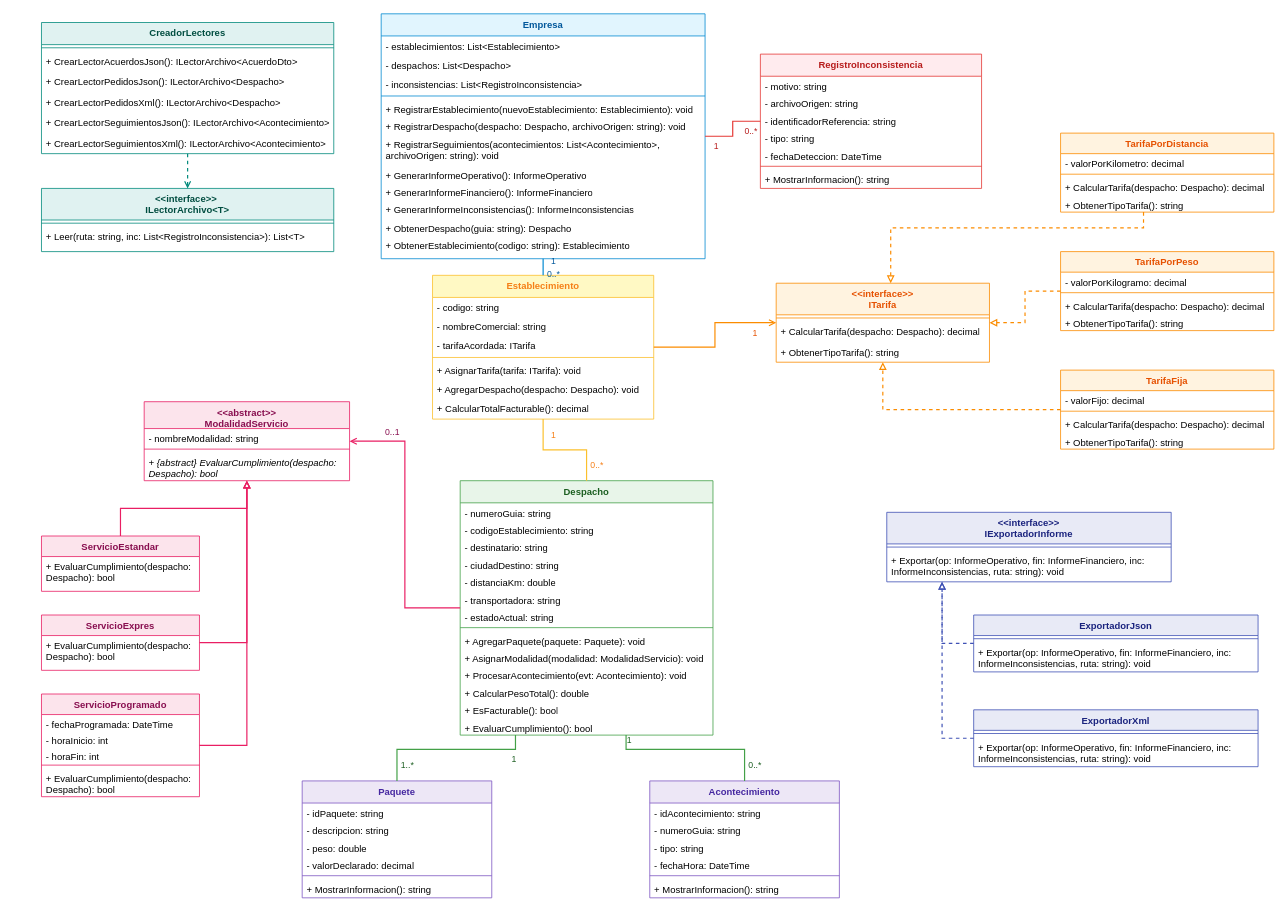
The draw.io diagram 04_Proyecto_Final/Diagrama_UML_NexoLog.drawio in Manu0908/POO-3C, before the edit. Source tidied: cells renumbered, new cells numbered last; positions are measured from the earlier drawing's top-left corner, leaving out a move shared by most shapes. Both pictures are drawn from the tidied source at 79%, with x=0, y=0 at pixel (41, 13).
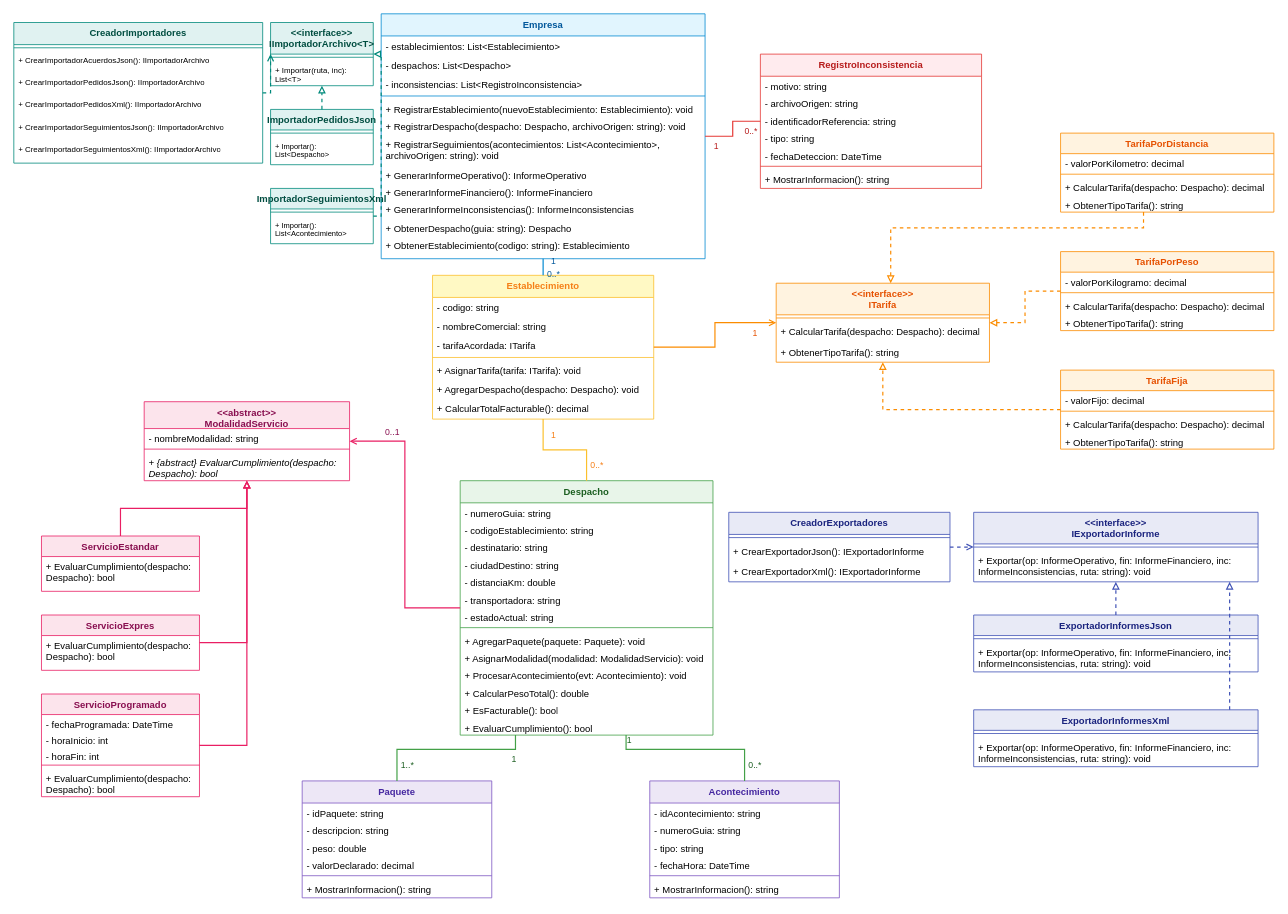
The same page after the edit.

Change to the diagram source:
```diff
@@
-    <mxCell id="118" value="CreadorLectores" style="swimlane;fontStyle=1;align=center;verticalAlign=top;horizontal=1;startSize=28;whiteSpace=wrap;html=1;fillColor=#E0F2F1;strokeColor=#00897B;fontColor=#004D40;rounded=0;" parent="1" vertex="1">
-      <mxGeometry y="11" width="370" height="166" as="geometry" />
-    </mxCell>
-    <mxCell id="119" style="line;strokeWidth=1;fillColor=none;align=left;verticalAlign=middle;spacingTop=-1;spacingLeft=3;spacingRight=3;strokeColor=#00897B;rounded=0;" parent="118" vertex="1">
-      <mxGeometry y="28" width="370" height="8" as="geometry" />
-    </mxCell>
-    <mxCell id="120" value="+ CrearLectorAcuerdosJson(): ILectorArchivo&amp;lt;AcuerdoDto&amp;gt;" style="text;strokeColor=none;fillColor=none;align=left;verticalAlign=top;spacingLeft=4;spacingRight=4;overflow=hidden;whiteSpace=wrap;html=1;rounded=0;" parent="118" vertex="1">
-      <mxGeometry y="36" width="370" height="26" as="geometry" />
-    </mxCell>
-    <mxCell id="121" value="+ CrearLectorPedidosJson(): ILectorArchivo&amp;lt;Despacho&amp;gt;" style="text;strokeColor=none;fillColor=none;align=left;verticalAlign=top;spacingLeft=4;spacingRight=4;overflow=hidden;whiteSpace=wrap;html=1;rounded=0;" parent="118" vertex="1">
-      <mxGeometry y="62" width="370" height="26" as="geometry" />
-    </mxCell>
-    <mxCell id="122" value="+ CrearLectorPedidosXml(): ILectorArchivo&amp;lt;Despacho&amp;gt;" style="text;strokeColor=none;fillColor=none;align=left;verticalAlign=top;spacingLeft=4;spacingRight=4;overflow=hidden;whiteSpace=wrap;html=1;rounded=0;" parent="118" vertex="1">
-      <mxGeometry y="88" width="370" height="26" as="geometry" />
-    </mxCell>
-    <mxCell id="123" value="+ CrearLectorSeguimientosJson(): ILectorArchivo&amp;lt;Acontecimiento&amp;gt;" style="text;strokeColor=none;fillColor=none;align=left;verticalAlign=top;spacingLeft=4;spacingRight=4;overflow=hidden;whiteSpace=wrap;html=1;rounded=0;" parent="118" vertex="1">
-      <mxGeometry y="114" width="370" height="26" as="geometry" />
-    </mxCell>
-    <mxCell id="124" value="+ CrearLectorSeguimientosXml(): ILectorArchivo&amp;lt;Acontecimiento&amp;gt;" style="text;strokeColor=none;fillColor=none;align=left;verticalAlign=top;spacingLeft=4;spacingRight=4;overflow=hidden;whiteSpace=wrap;html=1;rounded=0;" parent="118" vertex="1">
-      <mxGeometry y="140" width="370" height="26" as="geometry" />
-    </mxCell>
-    <mxCell id="125" value="&amp;lt;&amp;lt;interface&amp;gt;&amp;gt;&amp;nbsp;&lt;div&gt;ILectorArchivo&amp;lt;T&amp;gt;&lt;/div&gt;" style="swimlane;fontStyle=1;align=center;verticalAlign=top;horizontal=1;startSize=40;whiteSpace=wrap;html=1;fillColor=#E0F2F1;strokeColor=#00897B;fontColor=#004D40;rounded=0;" parent="1" vertex="1">
-      <mxGeometry y="221" width="370" height="80" as="geometry" />
-    </mxCell>
-    <mxCell id="126" style="line;strokeWidth=1;fillColor=none;align=left;verticalAlign=middle;spacingTop=-1;spacingLeft=3;spacingRight=3;strokeColor=#00897B;rounded=0;" parent="125" vertex="1">
-      <mxGeometry y="40" width="370" height="8" as="geometry" />
-    </mxCell>
-    <mxCell id="127" value="+ Leer(ruta: string, inc: List&amp;lt;RegistroInconsistencia&amp;gt;): List&amp;lt;T&amp;gt;" style="text;strokeColor=none;fillColor=none;align=left;verticalAlign=top;spacingLeft=4;spacingRight=4;overflow=hidden;whiteSpace=wrap;html=1;rounded=0;" parent="125" vertex="1">
-      <mxGeometry y="48" width="370" height="32" as="geometry" />
-    </mxCell>
-    <mxCell id="128" style="edgeStyle=orthogonalEdgeStyle;rounded=0;html=1;dashed=1;endArrow=open;endFill=0;strokeColor=#00897B;strokeWidth=1.5;" parent="1" edge="1" source="118" target="125">
-      <mxGeometry relative="1" as="geometry" />
-    </mxCell>
+    <mxCell id="140" value="CreadorImportadores" style="swimlane;fontStyle=1;align=center;verticalAlign=top;horizontal=1;startSize=28;whiteSpace=wrap;html=1;fillColor=#E0F2F1;strokeColor=#00897B;fontColor=#004D40;rounded=0;" parent="1" vertex="1">
+      <mxGeometry x="-35" y="11" width="315" height="178" as="geometry" />
+    </mxCell>
+    <mxCell id="141" style="line;strokeWidth=1;fillColor=none;align=left;verticalAlign=middle;spacingTop=-1;spacingLeft=3;spacingRight=3;strokeColor=#00897B;rounded=0;" parent="140" vertex="1">
+      <mxGeometry y="28" width="315" height="8" as="geometry" />
+    </mxCell>
+    <mxCell id="142" value="+ CrearImportadorAcuerdosJson(): IImportadorArchivo" style="text;strokeColor=none;fillColor=none;align=left;verticalAlign=top;spacingLeft=4;spacingRight=4;overflow=hidden;whiteSpace=wrap;html=1;fontSize=10;rounded=0;" parent="140" vertex="1">
+      <mxGeometry y="36" width="315" height="28" as="geometry" />
+    </mxCell>
+    <mxCell id="143" value="+ CrearImportadorPedidosJson(): IImportadorArchivo" style="text;strokeColor=none;fillColor=none;align=left;verticalAlign=top;spacingLeft=4;spacingRight=4;overflow=hidden;whiteSpace=wrap;html=1;fontSize=10;rounded=0;" parent="140" vertex="1">
+      <mxGeometry y="64" width="315" height="28" as="geometry" />
+    </mxCell>
+    <mxCell id="144" value="+ CrearImportadorPedidosXml(): IImportadorArchivo" style="text;strokeColor=none;fillColor=none;align=left;verticalAlign=top;spacingLeft=4;spacingRight=4;overflow=hidden;whiteSpace=wrap;html=1;fontSize=10;rounded=0;" parent="140" vertex="1">
+      <mxGeometry y="92" width="315" height="28" as="geometry" />
+    </mxCell>
+    <mxCell id="145" value="+ CrearImportadorSeguimientosJson(): IImportadorArchivo" style="text;strokeColor=none;fillColor=none;align=left;verticalAlign=top;spacingLeft=4;spacingRight=4;overflow=hidden;whiteSpace=wrap;html=1;fontSize=10;rounded=0;" parent="140" vertex="1">
+      <mxGeometry y="120" width="315" height="28" as="geometry" />
+    </mxCell>
+    <mxCell id="146" value="+ CrearImportadorSeguimientosXml(): IImportadorArchivo" style="text;strokeColor=none;fillColor=none;align=left;verticalAlign=top;spacingLeft=4;spacingRight=4;overflow=hidden;whiteSpace=wrap;html=1;fontSize=10;rounded=0;" parent="140" vertex="1">
+      <mxGeometry y="148" width="315" height="28" as="geometry" />
+    </mxCell>
+    <mxCell id="147" value="&amp;lt;&amp;lt;interface&amp;gt;&amp;gt;&lt;div&gt;IImportadorArchivo&amp;lt;T&amp;gt;&lt;/div&gt;" style="swimlane;fontStyle=1;align=center;verticalAlign=top;horizontal=1;startSize=40;whiteSpace=wrap;html=1;fillColor=#E0F2F1;strokeColor=#00897B;fontColor=#004D40;rounded=0;" parent="1" vertex="1">
+      <mxGeometry x="290" y="11" width="130" height="80" as="geometry" />
+    </mxCell>
+    <mxCell id="148" style="line;strokeWidth=1;fillColor=none;align=left;verticalAlign=middle;spacingTop=-1;spacingLeft=3;spacingRight=3;strokeColor=#00897B;rounded=0;" parent="147" vertex="1">
+      <mxGeometry y="40" width="130" height="8" as="geometry" />
+    </mxCell>
+    <mxCell id="149" value="+ Importar(ruta, inc): List&amp;lt;T&amp;gt;" style="text;strokeColor=none;fillColor=none;align=left;verticalAlign=top;spacingLeft=4;spacingRight=4;overflow=hidden;whiteSpace=wrap;html=1;fontSize=10;rounded=0;" parent="147" vertex="1">
+      <mxGeometry y="48" width="130" height="32" as="geometry" />
+    </mxCell>
+    <mxCell id="150" value="ImportadorPedidosJson" style="swimlane;fontStyle=1;align=center;verticalAlign=top;horizontal=1;startSize=26;whiteSpace=wrap;html=1;fillColor=#E0F2F1;strokeColor=#00897B;fontColor=#004D40;rounded=0;" parent="1" vertex="1">
+      <mxGeometry x="290" y="121" width="130" height="70" as="geometry" />
+    </mxCell>
+    <mxCell id="151" style="line;strokeWidth=1;fillColor=none;align=left;verticalAlign=middle;spacingTop=-1;spacingLeft=3;spacingRight=3;strokeColor=#00897B;rounded=0;" parent="150" vertex="1">
+      <mxGeometry y="26" width="130" height="8" as="geometry" />
+    </mxCell>
+    <mxCell id="152" value="+ Importar(): List&amp;lt;Despacho&amp;gt;" style="text;strokeColor=none;fillColor=none;align=left;verticalAlign=top;spacingLeft=4;spacingRight=4;overflow=hidden;whiteSpace=wrap;html=1;fontSize=9.5;rounded=0;" parent="150" vertex="1">
+      <mxGeometry y="34" width="130" height="36" as="geometry" />
+    </mxCell>
+    <mxCell id="153" value="ImportadorSeguimientosXml" style="swimlane;fontStyle=1;align=center;verticalAlign=top;horizontal=1;startSize=26;whiteSpace=wrap;html=1;fillColor=#E0F2F1;strokeColor=#00897B;fontColor=#004D40;rounded=0;" parent="1" vertex="1">
+      <mxGeometry x="290" y="221" width="130" height="70" as="geometry" />
+    </mxCell>
+    <mxCell id="154" style="line;strokeWidth=1;fillColor=none;align=left;verticalAlign=middle;spacingTop=-1;spacingLeft=3;spacingRight=3;strokeColor=#00897B;rounded=0;" parent="153" vertex="1">
+      <mxGeometry y="26" width="130" height="8" as="geometry" />
+    </mxCell>
+    <mxCell id="155" value="+ Importar(): List&amp;lt;Acontecimiento&amp;gt;" style="text;strokeColor=none;fillColor=none;align=left;verticalAlign=top;spacingLeft=4;spacingRight=4;overflow=hidden;whiteSpace=wrap;html=1;fontSize=9.5;rounded=0;" parent="153" vertex="1">
+      <mxGeometry y="34" width="130" height="36" as="geometry" />
+    </mxCell>
+    <mxCell id="156" style="edgeStyle=orthogonalEdgeStyle;rounded=0;html=1;dashed=1;endArrow=open;endFill=0;strokeColor=#00897B;strokeWidth=1.5;" parent="1" edge="1" source="140" target="147">
+      <mxGeometry relative="1" as="geometry" />
+    </mxCell>
+    <mxCell id="157" style="edgeStyle=orthogonalEdgeStyle;rounded=0;html=1;dashed=1;endArrow=block;endFill=0;strokeColor=#00897B;strokeWidth=1.5;" parent="1" edge="1" source="150" target="147">
+      <mxGeometry relative="1" as="geometry" />
+    </mxCell>
+    <mxCell id="158" style="edgeStyle=orthogonalEdgeStyle;rounded=0;html=1;dashed=1;endArrow=block;endFill=0;strokeColor=#00897B;strokeWidth=1.5;exitX=1;exitY=0.5;exitDx=0;exitDy=0;" parent="1" edge="1" source="153" target="147">
+      <mxGeometry relative="1" as="geometry">
+        <Array as="points">
+          <mxPoint x="430" y="256" />
+          <mxPoint x="430" y="51" />
+        </Array>
+      </mxGeometry>
+    </mxCell>
+    <mxCell id="159" value="CreadorExportadores" style="swimlane;fontStyle=1;align=center;verticalAlign=top;horizontal=1;startSize=28;whiteSpace=wrap;html=1;fillColor=#E8EAF6;strokeColor=#3F51B5;fontColor=#1A237E;rounded=0;" parent="1" vertex="1">
+      <mxGeometry x="870" y="631" width="280" height="88" as="geometry" />
+    </mxCell>
+    <mxCell id="160" style="line;strokeWidth=1;fillColor=none;align=left;verticalAlign=middle;spacingTop=-1;spacingLeft=3;spacingRight=3;strokeColor=#3F51B5;rounded=0;" parent="159" vertex="1">
+      <mxGeometry y="28" width="280" height="8" as="geometry" />
+    </mxCell>
+    <mxCell id="161" value="+ CrearExportadorJson(): IExportadorInforme" style="text;strokeColor=none;fillColor=none;align=left;verticalAlign=top;spacingLeft=4;spacingRight=4;overflow=hidden;whiteSpace=wrap;html=1;rounded=0;" parent="159" vertex="1">
+      <mxGeometry y="36" width="280" height="26" as="geometry" />
+    </mxCell>
+    <mxCell id="162" value="+ CrearExportadorXml(): IExportadorInforme" style="text;strokeColor=none;fillColor=none;align=left;verticalAlign=top;spacingLeft=4;spacingRight=4;overflow=hidden;whiteSpace=wrap;html=1;rounded=0;" parent="159" vertex="1">
+      <mxGeometry y="62" width="280" height="26" as="geometry" />
+    </mxCell>
+    <mxCell id="163" style="edgeStyle=orthogonalEdgeStyle;rounded=0;html=1;dashed=1;endArrow=open;endFill=0;strokeColor=#3F51B5;strokeWidth=1.5;" parent="1" edge="1" source="159" target="129">
+      <mxGeometry relative="1" as="geometry" />
+    </mxCell>
     <mxCell id="129" value="&amp;lt;&amp;lt;interface&amp;gt;&amp;gt;&lt;div&gt;IExportadorInforme&lt;/div&gt;" style="swimlane;fontStyle=1;align=center;verticalAlign=top;horizontal=1;startSize=40;whiteSpace=wrap;html=1;fillColor=#E8EAF6;strokeColor=#3F51B5;fontColor=#1A237E;rounded=0;" parent="1" vertex="1">
-      <mxGeometry x="1070" y="631" width="360" height="88" as="geometry" />
+      <mxGeometry x="1180" y="631" width="360" height="88" as="geometry" />
     </mxCell>
@@
-    <mxCell id="132" value="ExportadorJson" style="swimlane;fontStyle=1;align=center;verticalAlign=top;horizontal=1;startSize=26;whiteSpace=wrap;html=1;fillColor=#E8EAF6;strokeColor=#3F51B5;fontColor=#1A237E;rounded=0;" parent="1" vertex="1">
+    <mxCell id="132" value="ExportadorInformesJson" style="swimlane;fontStyle=1;align=center;verticalAlign=top;horizontal=1;startSize=26;whiteSpace=wrap;html=1;fillColor=#E8EAF6;strokeColor=#3F51B5;fontColor=#1A237E;rounded=0;" parent="1" vertex="1">
       <mxGeometry x="1180" y="761" width="360" height="72" as="geometry" />
     </mxCell>
@@
-    <mxCell id="135" value="ExportadorXml" style="swimlane;fontStyle=1;align=center;verticalAlign=top;horizontal=1;startSize=26;whiteSpace=wrap;html=1;fillColor=#E8EAF6;strokeColor=#3F51B5;fontColor=#1A237E;rounded=0;" parent="1" vertex="1">
+    <mxCell id="135" value="ExportadorInformesXml" style="swimlane;fontStyle=1;align=center;verticalAlign=top;horizontal=1;startSize=26;whiteSpace=wrap;html=1;fillColor=#E8EAF6;strokeColor=#3F51B5;fontColor=#1A237E;rounded=0;" parent="1" vertex="1">
       <mxGeometry x="1180" y="881" width="360" height="72" as="geometry" />
     </mxCell>
@@
-    <mxCell id="138" style="edgeStyle=orthogonalEdgeStyle;rounded=0;html=1;dashed=1;endArrow=block;endFill=0;strokeColor=#3F51B5;strokeWidth=1.5;exitX=0;exitY=0.5;exitDx=0;exitDy=0;" parent="1" edge="1" source="132" target="129">
-      <mxGeometry x="0.26" relative="1" as="geometry">
-        <Array as="points">
-          <mxPoint x="1140" y="797" />
-        </Array>
-      </mxGeometry>
+    <mxCell id="138" style="edgeStyle=orthogonalEdgeStyle;rounded=0;html=1;dashed=1;endArrow=block;endFill=0;strokeColor=#3F51B5;strokeWidth=1.5;" parent="1" edge="1" source="132" target="129">
+      <mxGeometry relative="1" as="geometry" />
     </mxCell>
-    <mxCell id="139" style="edgeStyle=orthogonalEdgeStyle;rounded=0;html=1;dashed=1;endArrow=block;endFill=0;strokeColor=#3F51B5;strokeWidth=1.5;" parent="1" edge="1" source="135" target="129">
+    <mxCell id="139" style="edgeStyle=orthogonalEdgeStyle;rounded=0;html=1;dashed=1;endArrow=block;endFill=0;strokeColor=#3F51B5;strokeWidth=1.5;exitX=0.9;exitY=0;exitDx=0;exitDy=0;" parent="1" edge="1" source="135" target="129">
       <mxGeometry relative="1" as="geometry">
         <Array as="points">
-          <mxPoint x="1140" y="917" />
+          <mxPoint x="1504" y="851" />
+          <mxPoint x="1504" y="731" />
         </Array>
       </mxGeometry>
     </mxCell>
```
